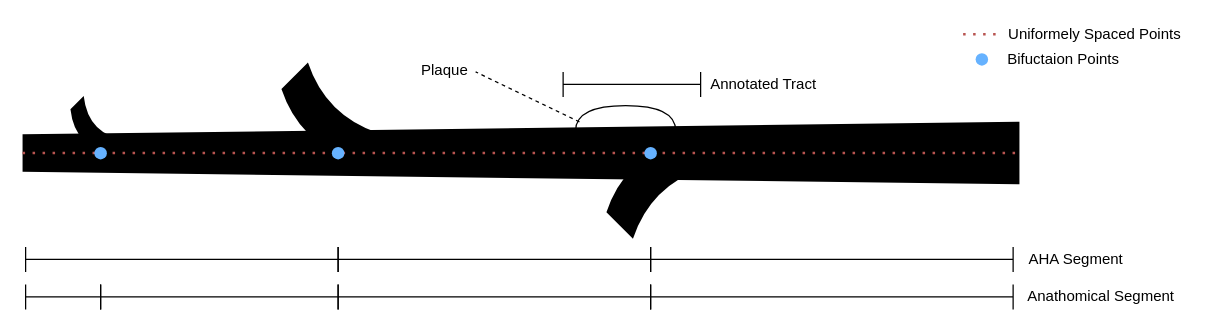
Above: Untitled Diagram.drawio in marioviti/Graphs (draw.io), before the change. Source tidied: cells renumbered, new cells numbered last; positions are measured from the earlier drawing's top-left corner, leaving out a move shared by most shapes. Both pictures are drawn from the tidied source at 125%, with x=0, y=0 at pixel (22, -346).
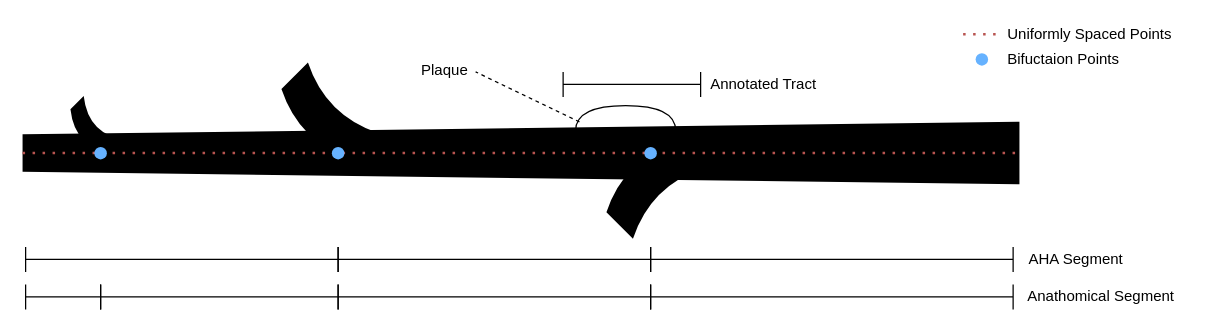
Above is the later version.

What changed in the source:
```diff
@@
-    <mxCell id="26" value="Uniformely Spaced Points" style="text;html=1;align=center;verticalAlign=middle;" parent="1" vertex="1">
-      <mxGeometry x="782" y="294" width="150" height="20" as="geometry" />
+    <mxCell id="26" value="Uniformly Spaced Points" style="text;html=1;align=center;verticalAlign=middle;" parent="1" vertex="1">
+      <mxGeometry x="778" y="294" width="150" height="20" as="geometry" />
     </mxCell>
```
